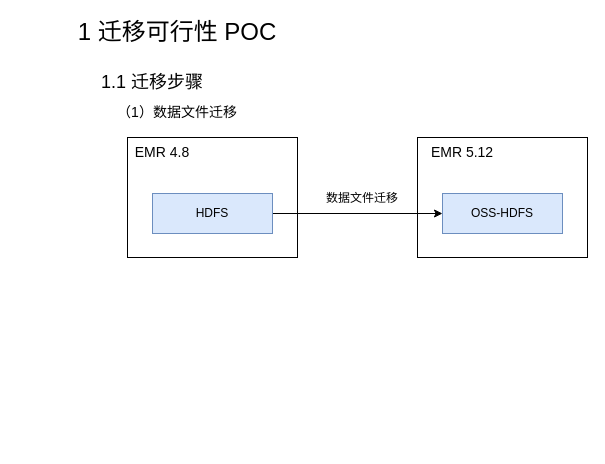
Above: emr_upgrade.drawio in fsJerryChan/fsJerryChan (draw.io), before the change. Source tidied: cells renumbered, new cells numbered last; positions are measured from the earlier drawing's top-left corner, leaving out a move shared by most shapes. Both pictures are drawn from the tidied source at 100%, with x=0, y=0 at pixel (57, 17).
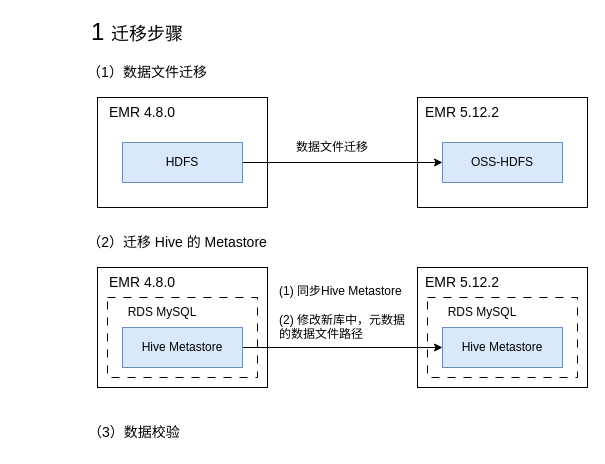
The same page after the edit.

Diff of the diagram source:
```diff
@@
-    <mxCell id="2" value="&lt;font style=&quot;font-size: 24px;&quot;&gt;1 迁移可行性 POC&lt;/font&gt;" style="text;strokeColor=none;align=center;fillColor=none;html=1;verticalAlign=middle;whiteSpace=wrap;rounded=0;" parent="1" vertex="1">
-      <mxGeometry width="240" height="30" as="geometry" />
+    <mxCell id="2" value="&lt;font style=&quot;font-size: 24px;&quot;&gt;1&amp;nbsp;&lt;/font&gt;&lt;span style=&quot;font-size: 18px;&quot;&gt;迁移步骤&lt;/span&gt;" style="text;strokeColor=none;align=center;fillColor=none;html=1;verticalAlign=middle;whiteSpace=wrap;rounded=0;" parent="1" vertex="1">
+      <mxGeometry x="-40" width="240" height="30" as="geometry" />
     </mxCell>
     <mxCell id="3" style="rounded=0;whiteSpace=wrap;html=1;" parent="1" vertex="1">
-      <mxGeometry x="70" y="120" width="170" height="120" as="geometry" />
+      <mxGeometry x="40" y="80" width="170" height="110" as="geometry" />
     </mxCell>
-    <mxCell id="4" value="&lt;font style=&quot;font-size: 18px;&quot;&gt;1.1 迁移步骤&lt;/font&gt;" style="text;strokeColor=none;align=center;fillColor=none;html=1;verticalAlign=middle;whiteSpace=wrap;rounded=0;" parent="1" vertex="1">
-      <mxGeometry x="30" y="50" width="130" height="30" as="geometry" />
-    </mxCell>
     <mxCell id="5" value="&lt;font style=&quot;font-size: 14px;&quot;&gt;（1）数据文件迁移&lt;/font&gt;" style="text;strokeColor=none;align=center;fillColor=none;html=1;verticalAlign=middle;whiteSpace=wrap;rounded=0;" parent="1" vertex="1">
-      <mxGeometry x="50" y="80" width="140" height="30" as="geometry" />
+      <mxGeometry x="20" y="40" width="140" height="30" as="geometry" />
     </mxCell>
     <mxCell id="6" style="rounded=0;whiteSpace=wrap;html=1;" parent="1" vertex="1">
-      <mxGeometry x="360" y="120" width="170" height="120" as="geometry" />
+      <mxGeometry x="360" y="80" width="170" height="110" as="geometry" />
     </mxCell>
     <mxCell id="7" value="OSS-HDFS" style="rounded=0;whiteSpace=wrap;html=1;fillColor=#dae8fc;strokeColor=#6c8ebf;" parent="1" vertex="1">
-      <mxGeometry x="385" y="176" width="120" height="40" as="geometry" />
+      <mxGeometry x="385" y="125" width="120" height="40" as="geometry" />
     </mxCell>
@@
     <mxCell id="9" value="HDFS" style="rounded=0;whiteSpace=wrap;html=1;fillColor=#dae8fc;strokeColor=#6c8ebf;" parent="1" vertex="1">
-      <mxGeometry x="95" y="176" width="120" height="40" as="geometry" />
+      <mxGeometry x="65" y="125" width="120" height="40" as="geometry" />
     </mxCell>
     <mxCell id="10" value="数据文件迁移" style="text;strokeColor=none;align=center;fillColor=none;html=1;verticalAlign=middle;whiteSpace=wrap;rounded=0;" parent="1" vertex="1">
-      <mxGeometry x="260" y="166" width="90" height="30" as="geometry" />
+      <mxGeometry x="230" y="115" width="90" height="30" as="geometry" />
     </mxCell>
-    <mxCell id="11" value="&lt;span style=&quot;font-size: 14px;&quot;&gt;EMR 4.8&lt;/span&gt;" style="text;strokeColor=none;align=center;fillColor=none;html=1;verticalAlign=middle;whiteSpace=wrap;rounded=0;" parent="1" vertex="1">
-      <mxGeometry x="60" y="120" width="90" height="30" as="geometry" />
+    <mxCell id="11" value="&lt;span style=&quot;font-size: 14px;&quot;&gt;EMR 4.8.0&lt;/span&gt;" style="text;strokeColor=none;align=center;fillColor=none;html=1;verticalAlign=middle;whiteSpace=wrap;rounded=0;" parent="1" vertex="1">
+      <mxGeometry x="40" y="80" width="90" height="30" as="geometry" />
     </mxCell>
-    <mxCell id="12" value="&lt;span style=&quot;font-size: 14px;&quot;&gt;EMR 5.12&lt;/span&gt;" style="text;strokeColor=none;align=center;fillColor=none;html=1;verticalAlign=middle;whiteSpace=wrap;rounded=0;" parent="1" vertex="1">
-      <mxGeometry x="360" y="120" width="90" height="30" as="geometry" />
+    <mxCell id="12" value="&lt;span style=&quot;font-size: 14px;&quot;&gt;EMR 5.12.2&lt;/span&gt;" style="text;strokeColor=none;align=center;fillColor=none;html=1;verticalAlign=middle;whiteSpace=wrap;rounded=0;" parent="1" vertex="1">
+      <mxGeometry x="360" y="80" width="90" height="30" as="geometry" />
     </mxCell>
+    <mxCell id="13" value="&lt;font style=&quot;font-size: 14px;&quot;&gt;（2）迁移 Hive 的 Metastore&lt;/font&gt;" style="text;strokeColor=none;align=center;fillColor=none;html=1;verticalAlign=middle;whiteSpace=wrap;rounded=0;" parent="1" vertex="1">
+      <mxGeometry x="20" y="210" width="200" height="30" as="geometry" />
+    </mxCell>
+    <mxCell id="14" style="rounded=0;whiteSpace=wrap;html=1;" parent="1" vertex="1">
+      <mxGeometry x="40" y="250" width="170" height="120" as="geometry" />
+    </mxCell>
+    <mxCell id="15" style="rounded=0;whiteSpace=wrap;html=1;" parent="1" vertex="1">
+      <mxGeometry x="360" y="250" width="170" height="120" as="geometry" />
+    </mxCell>
+    <mxCell id="16" value="Hive Metastore" style="rounded=0;whiteSpace=wrap;html=1;fillColor=#dae8fc;strokeColor=#6c8ebf;" parent="1" vertex="1">
+      <mxGeometry x="385" y="310" width="120" height="40" as="geometry" />
+    </mxCell>
+    <mxCell id="17" style="edgeStyle=orthogonalEdgeStyle;rounded=0;jettySize=auto;html=1;entryX=0;entryY=0.5;entryDx=0;entryDy=0;" parent="1" edge="1" source="18" target="16">
+      <mxGeometry relative="1" as="geometry" />
+    </mxCell>
+    <mxCell id="18" value="Hive Metastore" style="rounded=0;whiteSpace=wrap;html=1;fillColor=#dae8fc;strokeColor=#6c8ebf;" parent="1" vertex="1">
+      <mxGeometry x="65" y="310" width="120" height="40" as="geometry" />
+    </mxCell>
+    <mxCell id="19" value="(1) 同步Hive Metastore&lt;br&gt;&lt;br&gt;(2) 修改新库中，元数据的数据文件路径" style="text;strokeColor=none;align=left;fillColor=none;html=1;verticalAlign=middle;whiteSpace=wrap;rounded=0;" parent="1" vertex="1">
+      <mxGeometry x="220" y="280" width="133" height="30" as="geometry" />
+    </mxCell>
+    <mxCell id="20" value="&lt;span style=&quot;font-size: 14px;&quot;&gt;EMR 4.8.0&lt;/span&gt;" style="text;strokeColor=none;align=center;fillColor=none;html=1;verticalAlign=middle;whiteSpace=wrap;rounded=0;" parent="1" vertex="1">
+      <mxGeometry x="40" y="250" width="90" height="30" as="geometry" />
+    </mxCell>
+    <mxCell id="21" value="&lt;span style=&quot;font-size: 14px;&quot;&gt;EMR 5.12.2&lt;/span&gt;" style="text;strokeColor=none;align=center;fillColor=none;html=1;verticalAlign=middle;whiteSpace=wrap;rounded=0;" parent="1" vertex="1">
+      <mxGeometry x="360" y="250" width="90" height="30" as="geometry" />
+    </mxCell>
+    <mxCell id="22" style="rounded=0;whiteSpace=wrap;html=1;fillColor=none;dashed=1;dashPattern=8 8;" parent="1" vertex="1">
+      <mxGeometry x="50" y="280" width="150" height="80" as="geometry" />
+    </mxCell>
+    <mxCell id="23" style="rounded=0;whiteSpace=wrap;html=1;fillColor=none;dashed=1;dashPattern=8 8;" parent="1" vertex="1">
+      <mxGeometry x="370" y="280" width="150" height="80" as="geometry" />
+    </mxCell>
+    <mxCell id="24" value="RDS MySQL" style="text;strokeColor=none;align=center;fillColor=none;html=1;verticalAlign=middle;whiteSpace=wrap;rounded=0;" parent="1" vertex="1">
+      <mxGeometry x="60" y="280" width="90" height="30" as="geometry" />
+    </mxCell>
+    <mxCell id="25" value="RDS MySQL" style="text;strokeColor=none;align=center;fillColor=none;html=1;verticalAlign=middle;whiteSpace=wrap;rounded=0;" parent="1" vertex="1">
+      <mxGeometry x="380" y="280" width="90" height="30" as="geometry" />
+    </mxCell>
+    <mxCell id="26" value="&lt;font style=&quot;font-size: 14px;&quot;&gt;（3）数据校验&lt;/font&gt;" style="text;strokeColor=none;align=left;fillColor=none;html=1;verticalAlign=middle;whiteSpace=wrap;rounded=0;" parent="1" vertex="1">
+      <mxGeometry x="29" y="400" width="101" height="30" as="geometry" />
+    </mxCell>
```
